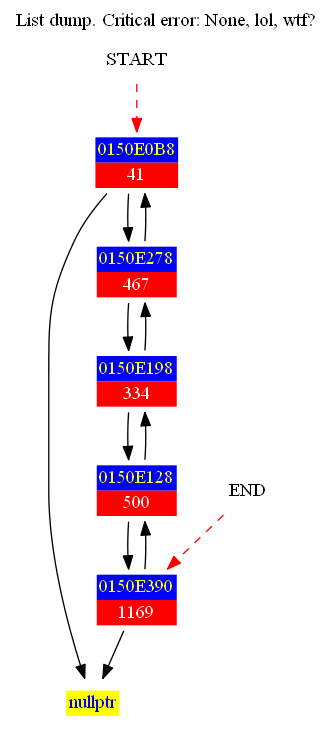
Above: Unbreakable List/graph.dot.gd.cairo.png in ioannco/lsp-interpreter (Graphviz), before the change. Its source is kept beside it as Unbreakable List/graph.dot. Source of this version:
```dot
digraph D {
	label = "List dump. Critical error: None, lol, wtf?";
	labelloc = "t";
	START [shape=plaintext label="START"];
	END [shape=plaintext label="END"];
	START -> nd_0150E0B8 [style=dashed color=red];
	END -> nd_0150E390  [style=dashed color=red];

	nd_00000000 [shape = plaintext label=<<table border="0" cellborder="0" cellspacing="0"><tr><td bgcolor="yellow"><font color="blue">nullptr</font></td></tr></table>>];

	nd_0150E0B8 [shape = plaintext label=<<table border="0" cellborder="0" cellspacing="0"><tr><td bgcolor="blue"><font color="yellow">0150E0B8</font></td></tr><tr><td bgcolor="red"><font color="white">41</font></td></tr></table>>];
	nd_0150E0B8->nd_00000000;
	nd_0150E0B8->nd_0150E278;

	nd_0150E278 [shape = plaintext label=<<table border="0" cellborder="0" cellspacing="0"><tr><td bgcolor="blue"><font color="yellow">0150E278</font></td></tr><tr><td bgcolor="red"><font color="white">467</font></td></tr></table>>];
	nd_0150E278->nd_0150E0B8;
	nd_0150E278->nd_0150E198;

	nd_0150E198 [shape = plaintext label=<<table border="0" cellborder="0" cellspacing="0"><tr><td bgcolor="blue"><font color="yellow">0150E198</font></td></tr><tr><td bgcolor="red"><font color="white">334</font></td></tr></table>>];
	nd_0150E198->nd_0150E278;
	nd_0150E198->nd_0150E128;

	nd_0150E128 [shape = plaintext label=<<table border="0" cellborder="0" cellspacing="0"><tr><td bgcolor="blue"><font color="yellow">0150E128</font></td></tr><tr><td bgcolor="red"><font color="white">500</font></td></tr></table>>];
	nd_0150E128->nd_0150E198;
	nd_0150E128->nd_0150E390;

	nd_0150E390 [shape = plaintext label=<<table border="0" cellborder="0" cellspacing="0"><tr><td bgcolor="blue"><font color="yellow">0150E390</font></td></tr><tr><td bgcolor="red"><font color="white">1169</font></td></tr></table>>];
	nd_0150E390->nd_0150E128;
	nd_0150E390->nd_00000000;

}
```
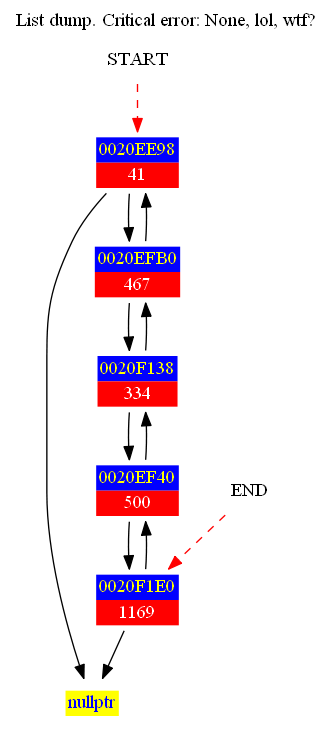
The same diagram one commit later.

What changed in the source:
```diff
@@ -3,29 +3,29 @@
 	labelloc = "t";
 	START [shape=plaintext label="START"];
 	END [shape=plaintext label="END"];
-	START -> nd_0150E0B8 [style=dashed color=red];
-	END -> nd_0150E390  [style=dashed color=red];
+	START -> nd_0020EE98 [style=dashed color=red];
+	END -> nd_0020F1E0  [style=dashed color=red];
 
 	nd_00000000 [shape = plaintext label=<<table border="0" cellborder="0" cellspacing="0"><tr><td bgcolor="yellow"><font color="blue">nullptr</font></td></tr></table>>];
 
-	nd_0150E0B8 [shape = plaintext label=<<table border="0" cellborder="0" cellspacing="0"><tr><td bgcolor="blue"><font color="yellow">0150E0B8</font></td></tr><tr><td bgcolor="red"><font color="white">41</font></td></tr></table>>];
-	nd_0150E0B8->nd_00000000;
-	nd_0150E0B8->nd_0150E278;
+	nd_0020EE98 [shape = plaintext label=<<table border="0" cellborder="0" cellspacing="0"><tr><td bgcolor="blue"><font color="yellow">0020EE98</font></td></tr><tr><td bgcolor="red"><font color="white">41</font></td></tr></table>>];
+	nd_0020EE98->nd_00000000;
+	nd_0020EE98->nd_0020EFB0;
 
-	nd_0150E278 [shape = plaintext label=<<table border="0" cellborder="0" cellspacing="0"><tr><td bgcolor="blue"><font color="yellow">0150E278</font></td></tr><tr><td bgcolor="red"><font color="white">467</font></td></tr></table>>];
-	nd_0150E278->nd_0150E0B8;
-	nd_0150E278->nd_0150E198;
+	nd_0020EFB0 [shape = plaintext label=<<table border="0" cellborder="0" cellspacing="0"><tr><td bgcolor="blue"><font color="yellow">0020EFB0</font></td></tr><tr><td bgcolor="red"><font color="white">467</font></td></tr></table>>];
+	nd_0020EFB0->nd_0020EE98;
+	nd_0020EFB0->nd_0020F138;
 
-	nd_0150E198 [shape = plaintext label=<<table border="0" cellborder="0" cellspacing="0"><tr><td bgcolor="blue"><font color="yellow">0150E198</font></td></tr><tr><td bgcolor="red"><font color="white">334</font></td></tr></table>>];
-	nd_0150E198->nd_0150E278;
-	nd_0150E198->nd_0150E128;
+	nd_0020F138 [shape = plaintext label=<<table border="0" cellborder="0" cellspacing="0"><tr><td bgcolor="blue"><font color="yellow">0020F138</font></td></tr><tr><td bgcolor="red"><font color="white">334</font></td></tr></table>>];
+	nd_0020F138->nd_0020EFB0;
+	nd_0020F138->nd_0020EF40;
 
-	nd_0150E128 [shape = plaintext label=<<table border="0" cellborder="0" cellspacing="0"><tr><td bgcolor="blue"><font color="yellow">0150E128</font></td></tr><tr><td bgcolor="red"><font color="white">500</font></td></tr></table>>];
-	nd_0150E128->nd_0150E198;
-	nd_0150E128->nd_0150E390;
+	nd_0020EF40 [shape = plaintext label=<<table border="0" cellborder="0" cellspacing="0"><tr><td bgcolor="blue"><font color="yellow">0020EF40</font></td></tr><tr><td bgcolor="red"><font color="white">500</font></td></tr></table>>];
+	nd_0020EF40->nd_0020F138;
+	nd_0020EF40->nd_0020F1E0;
 
-	nd_0150E390 [shape = plaintext label=<<table border="0" cellborder="0" cellspacing="0"><tr><td bgcolor="blue"><font color="yellow">0150E390</font></td></tr><tr><td bgcolor="red"><font color="white">1169</font></td></tr></table>>];
-	nd_0150E390->nd_0150E128;
-	nd_0150E390->nd_00000000;
+	nd_0020F1E0 [shape = plaintext label=<<table border="0" cellborder="0" cellspacing="0"><tr><td bgcolor="blue"><font color="yellow">0020F1E0</font></td></tr><tr><td bgcolor="red"><font color="white">1169</font></td></tr></table>>];
+	nd_0020F1E0->nd_0020EF40;
+	nd_0020F1E0->nd_00000000;
 
 }
```
